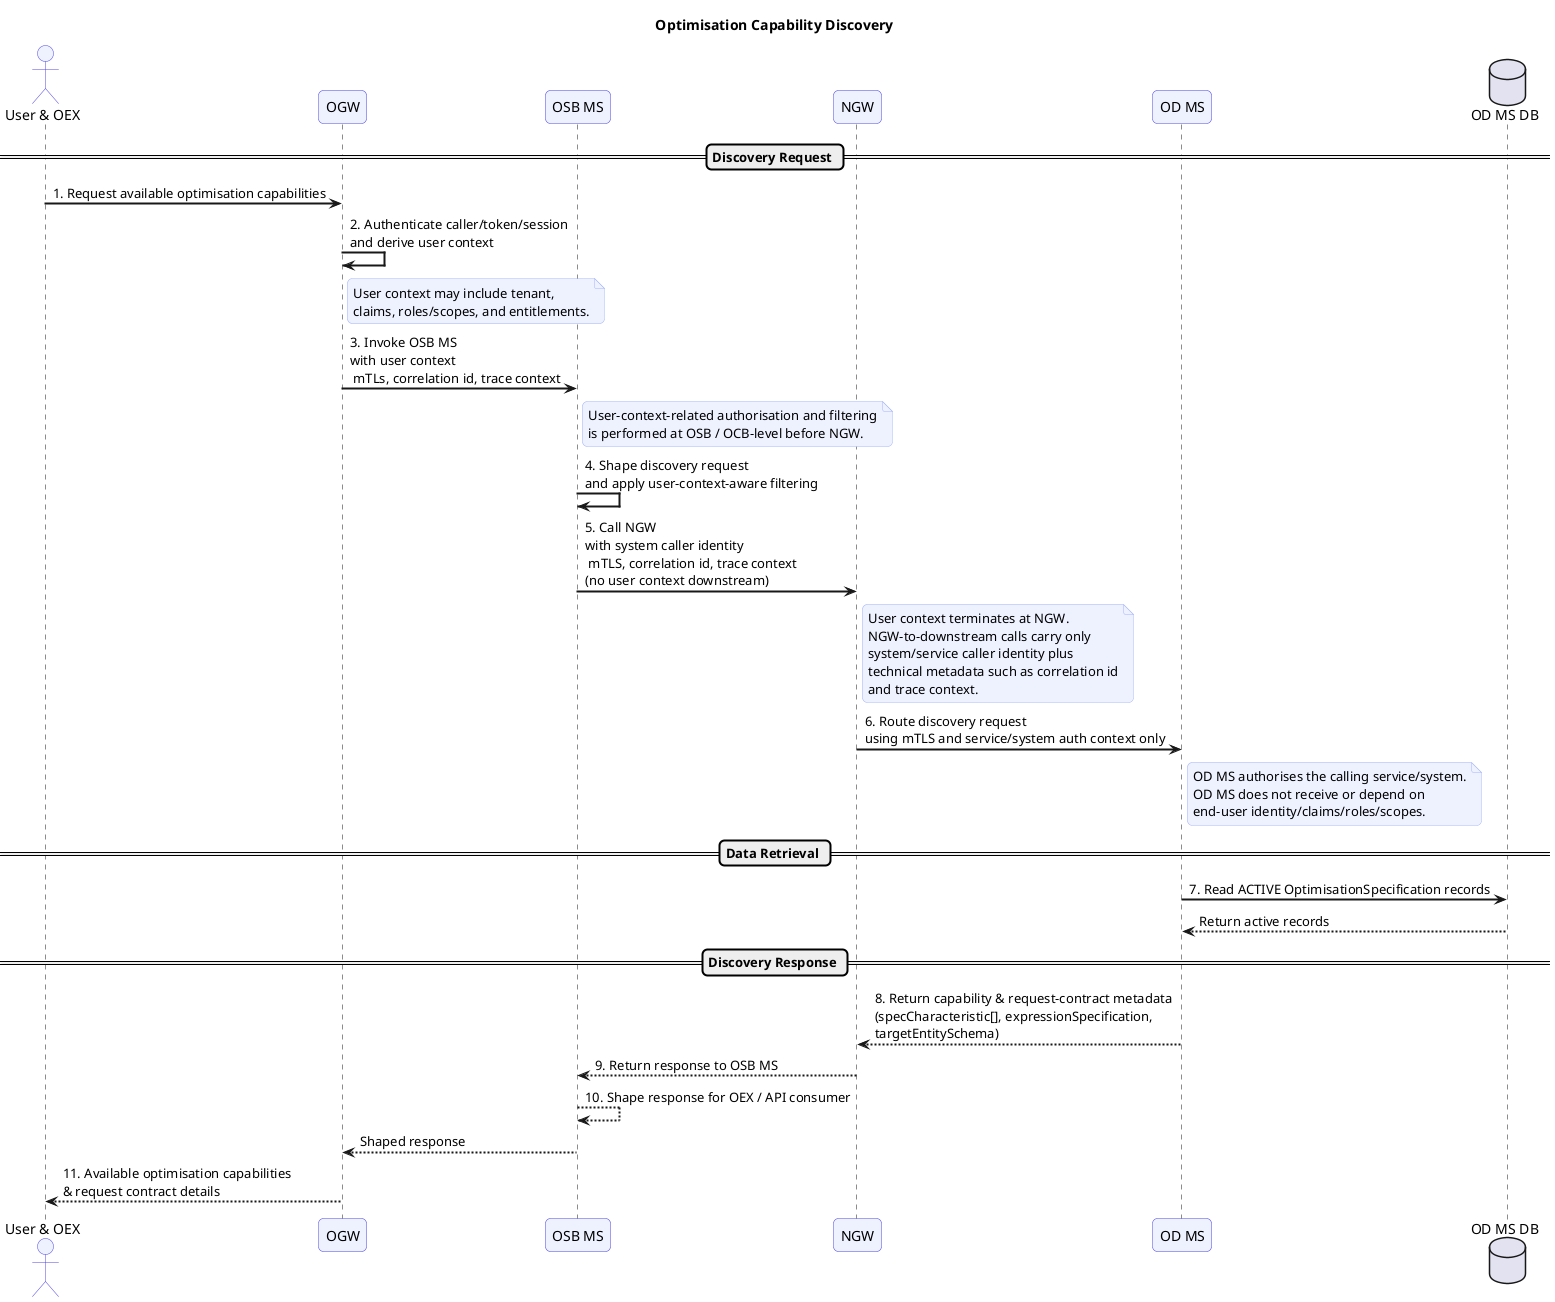
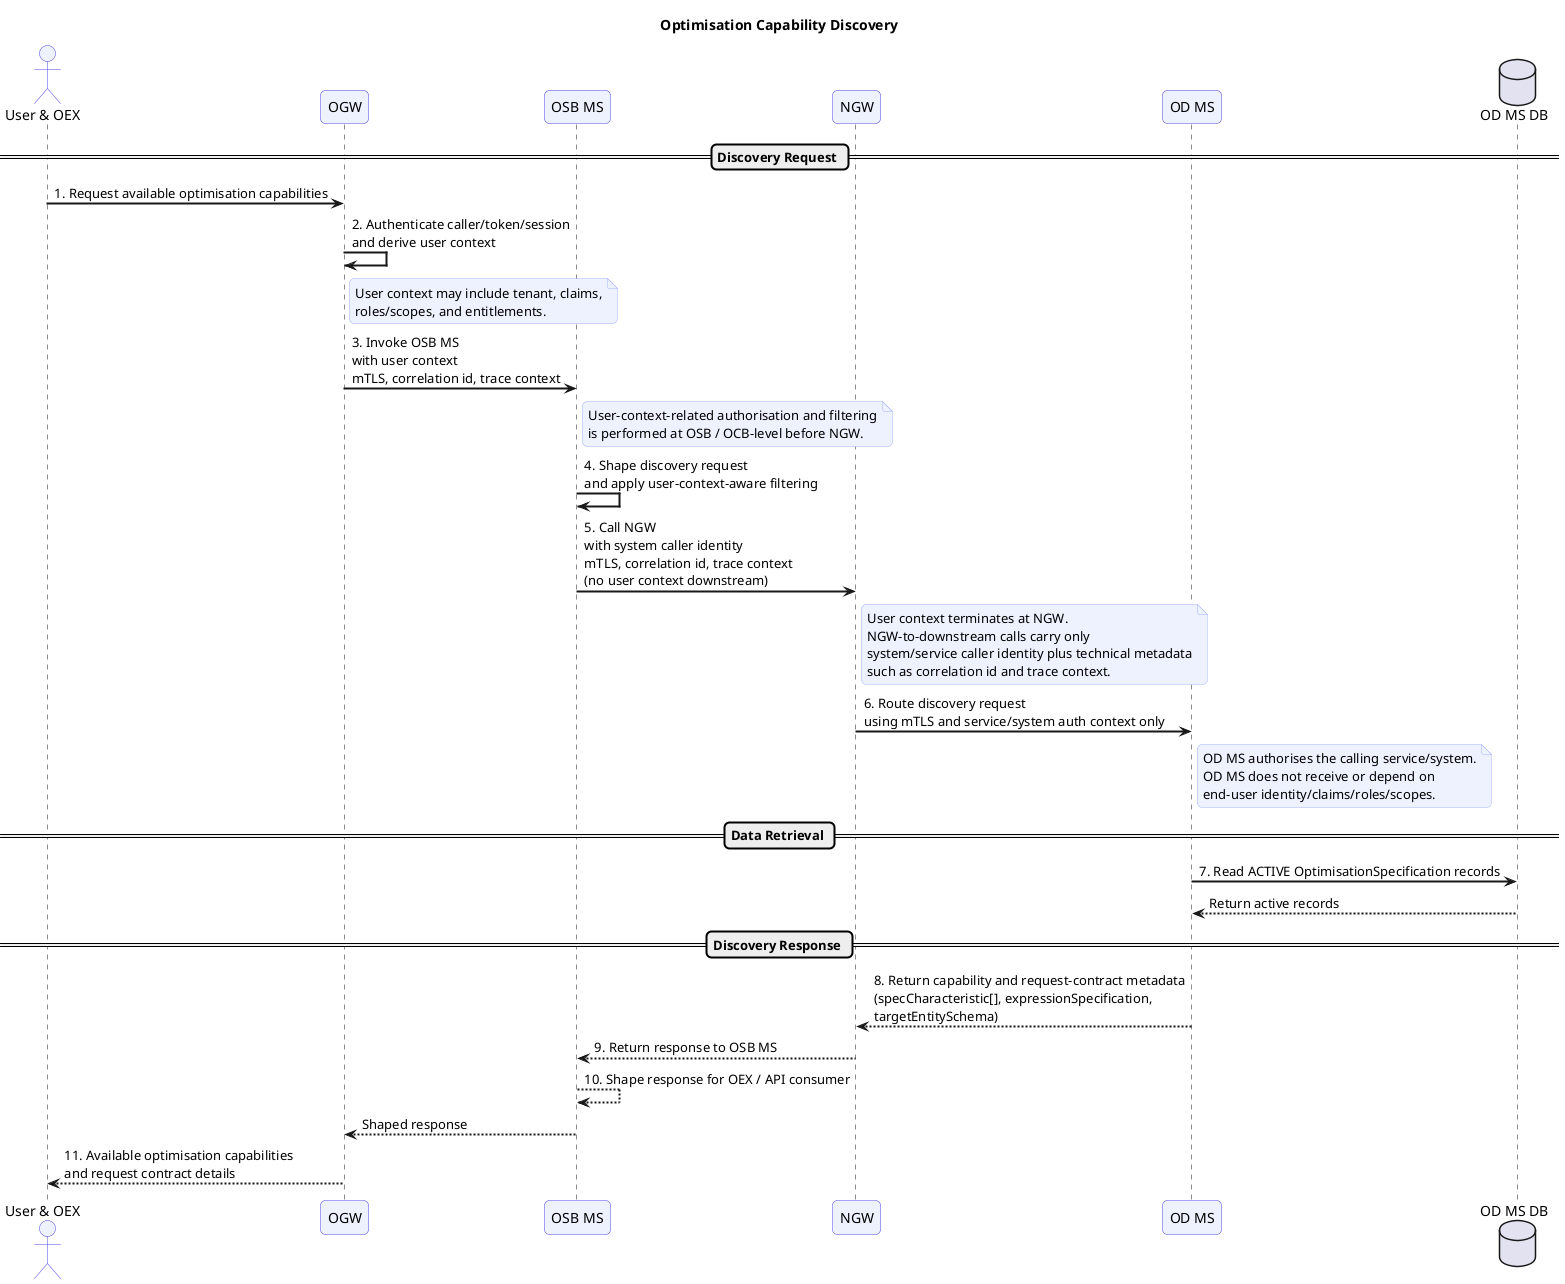
@startuml
title Optimisation Capability Discovery

skinparam sequenceArrowThickness 2
skinparam roundcorner 10
skinparam sequenceParticipantBackgroundColor #EEF2FF
skinparam sequenceParticipantBorderColor #4F46E5
skinparam sequenceActorBackgroundColor #EEF2FF
skinparam sequenceActorBorderColor #4F46E5
skinparam noteBorderColor #A5B4FC
skinparam noteBackgroundColor #EEF2FF

- actor "User & OEX" as Caller
+ actor "User & OEX " as Caller
participant "OGW" as OGW
participant "OSB MS" as OSB
participant "NGW" as NGW
participant "OD MS" as ODMS
database "OD MS DB" as ODDB

== Discovery Request ==
+ 
Caller -> OGW : 1. Request available optimisation capabilities
+ 
OGW -> OGW : 2. Authenticate caller/token/session\nand derive user context
note right of OGW
- User context may include tenant,
- claims, roles/scopes, and entitlements.
+ User context may include tenant, claims,
+ roles/scopes, and entitlements.
end note

- OGW -> OSB : 3. Invoke OSB MS\nwith user context\n mTLs, correlation id, trace context
+ OGW -> OSB : 3. Invoke OSB MS\nwith user context\nmTLS, correlation id, trace context
note right of OSB
User-context-related authorisation and filtering
is performed at OSB / OCB-level before NGW.
end note

OSB -> OSB : 4. Shape discovery request\nand apply user-context-aware filtering

- OSB -> NGW : 5. Call NGW\nwith system caller identity\n mTLS, correlation id, trace context\n(no user context downstream)
+ OSB -> NGW : 5. Call NGW\nwith system caller identity\nmTLS, correlation id, trace context\n(no user context downstream)
note right of NGW
User context terminates at NGW.
NGW-to-downstream calls carry only
- system/service caller identity plus
- technical metadata such as correlation id
- and trace context.
+ system/service caller identity plus technical metadata
+ such as correlation id and trace context.
end note

NGW -> ODMS : 6. Route discovery request\nusing mTLS and service/system auth context only
note right of ODMS
OD MS authorises the calling service/system.
OD MS does not receive or depend on
end-user identity/claims/roles/scopes.
end note

== Data Retrieval ==
+ 
ODMS -> ODDB : 7. Read ACTIVE OptimisationSpecification records
ODDB --> ODMS : Return active records

== Discovery Response ==
- ODMS --> NGW : 8. Return capability & request-contract metadata\n(specCharacteristic[], expressionSpecification,\ntargetEntitySchema)
+ 
+ ODMS --> NGW : 8. Return capability and request-contract metadata\n(specCharacteristic[], expressionSpecification,\ntargetEntitySchema)
NGW --> OSB : 9. Return response to OSB MS
OSB --> OSB : 10. Shape response for OEX / API consumer
OSB --> OGW : Shaped response
- OGW --> Caller : 11. Available optimisation capabilities\n& request contract details
+ OGW --> Caller : 11. Available optimisation capabilities\nand request contract details

@enduml
